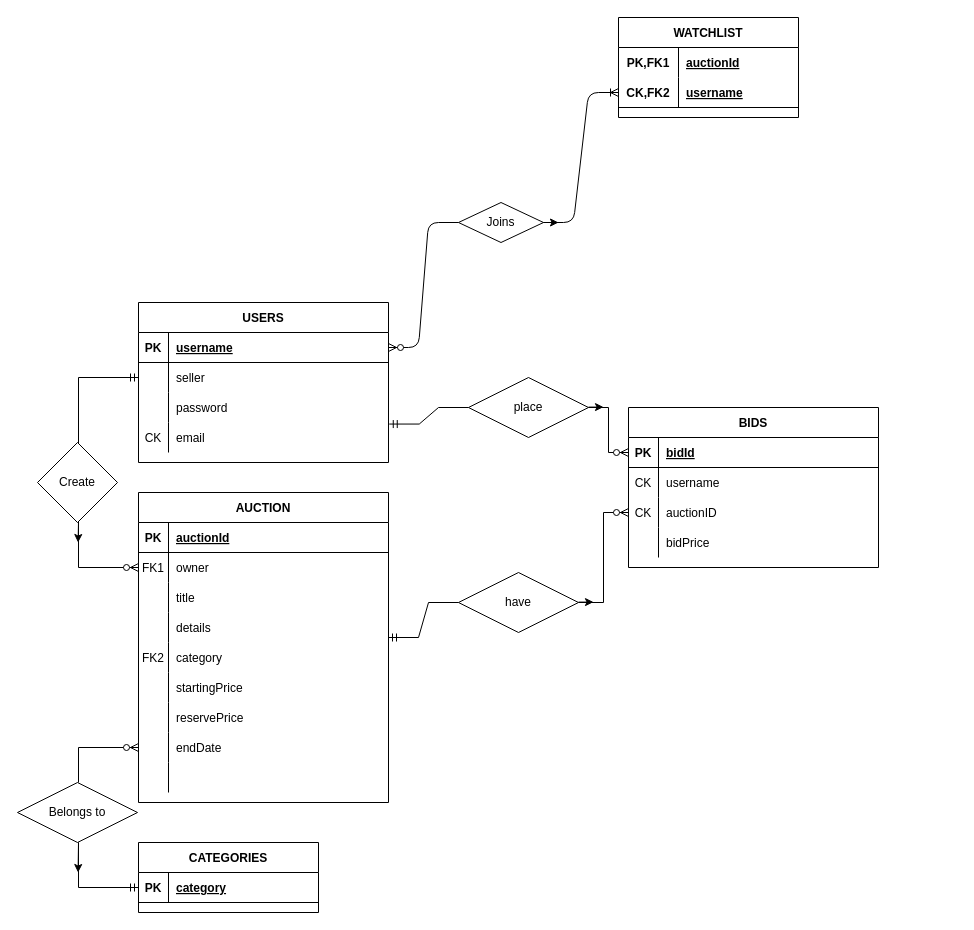
Before: er-diagram.drawio in jcgloria/dbf_project, a draw.io diagram. Source tidied: cells renumbered, new cells numbered last; positions are measured from the earlier drawing's top-left corner, leaving out a move shared by most shapes. Both pictures are drawn from the tidied source at 100%, with x=0, y=0 at pixel (17, 17).
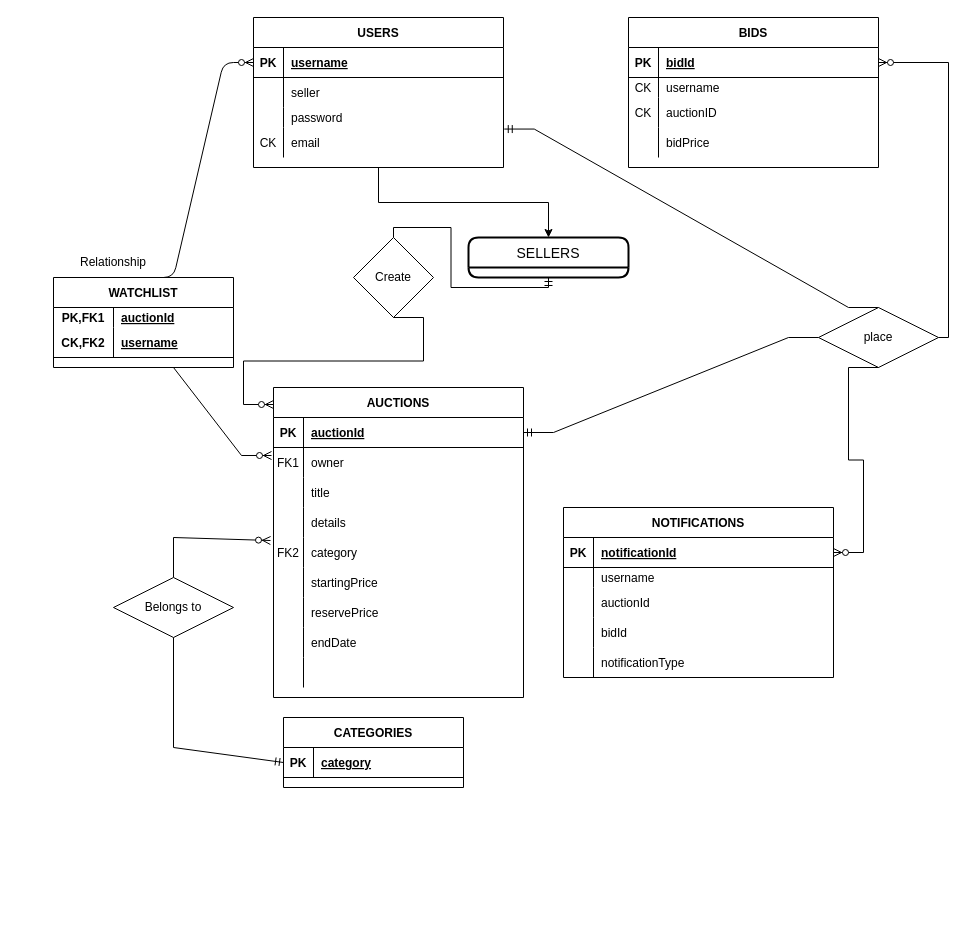
After the change.

Commit message:
Update er-diagram.drawio to include notify, seller subclass, watchlist relationship

Unchanged cells that the change refers to:
```xml
<mxCell id="3" style="shape=partialRectangle;fillColor=none;points=[[0,0.5],[1,0.5]];portConstraint=eastwest;top=0;left=0;right=0;bottom=1;" parent="2" vertex="1">
  <mxGeometry y="30" width="250" height="30" as="geometry" />
</mxCell>
<mxCell id="6" style="shape=partialRectangle;fillColor=none;points=[[0,0.5],[1,0.5]];portConstraint=eastwest;top=0;left=0;right=0;bottom=0;" parent="2" vertex="1">
  <mxGeometry y="60" width="250" height="30" as="geometry" />
</mxCell>
<mxCell id="15" style="shape=partialRectangle;fillColor=none;points=[[0,0.5],[1,0.5]];portConstraint=eastwest;top=0;left=0;right=0;bottom=0;" parent="2" vertex="1">
  <mxGeometry y="150" width="250" height="30" as="geometry" />
</mxCell>
<mxCell id="24" style="shape=partialRectangle;fillColor=none;points=[[0,0.5],[1,0.5]];portConstraint=eastwest;top=0;left=0;right=0;bottom=0;" parent="2" vertex="1">
  <mxGeometry y="240" width="250" height="30" as="geometry" />
</mxCell>
<mxCell id="31" style="shape=partialRectangle;fillColor=none;points=[[0,0.5],[1,0.5]];portConstraint=eastwest;top=0;left=0;right=0;bottom=1;" parent="30" vertex="1">
  <mxGeometry y="30" width="250" height="30" as="geometry" />
</mxCell>
<mxCell id="44" style="shape=partialRectangle;fillColor=none;points=[[0,0.5],[1,0.5]];portConstraint=eastwest;top=0;left=0;right=0;bottom=1;" parent="43" vertex="1">
  <mxGeometry y="30" width="250" height="30" as="geometry" />
</mxCell>
<mxCell id="47" style="shape=partialRectangle;fillColor=none;points=[[0,0.5],[1,0.5]];portConstraint=eastwest;top=0;left=0;right=0;bottom=0;" parent="43" vertex="1">
  <mxGeometry y="60" width="250" height="30" as="geometry" />
</mxCell>
<mxCell id="57" style="shape=tableRow;horizontal=0;startSize=0;swimlaneHead=0;swimlaneBody=0;fillColor=none;points=[[0,0.5],[1,0.5]];portConstraint=eastwest;top=0;left=0;right=0;bottom=1;" parent="56" vertex="1">
  <mxGeometry y="30" width="180" height="30" as="geometry" />
</mxCell>
```

What changed in the source:
```diff
@@
-    <mxCell id="2" value="AUCTION" style="shape=table;startSize=30;childLayout=tableLayout;rowLines=0;fontStyle=1;align=center;" parent="1" vertex="1">
-      <mxGeometry x="121" y="475" width="250" height="310" as="geometry" />
+    <mxCell id="2" value="AUCTIONS" style="shape=table;startSize=30;childLayout=tableLayout;rowLines=0;fontStyle=1;align=center;" parent="1" vertex="1">
+      <mxGeometry x="256" y="370" width="250" height="310" as="geometry" />
     </mxCell>
@@
     <mxCell id="30" value="BIDS" style="shape=table;startSize=30;childLayout=tableLayout;rowLines=0;fontStyle=1;align=center;" parent="1" vertex="1">
-      <mxGeometry x="611" y="390" width="250" height="160" as="geometry" />
+      <mxGeometry x="611" width="250" height="150" as="geometry" />
     </mxCell>
@@
     <mxCell id="34" style="shape=partialRectangle;fillColor=none;top=0;left=0;right=0;bottom=0;" parent="30" vertex="1">
-      <mxGeometry y="60" width="250" height="30" as="geometry" />
+      <mxGeometry y="60" width="250" height="20" as="geometry" />
     </mxCell>
     <mxCell id="35" value="CK" style="shape=partialRectangle;overflow=hidden;fillColor=none;top=0;left=0;bottom=0;right=0;" parent="34" vertex="1">
-      <mxGeometry width="30" height="30" as="geometry" />
+      <mxGeometry width="30" height="20" as="geometry" />
     </mxCell>
     <mxCell id="36" value="username" style="shape=partialRectangle;overflow=hidden;fillColor=none;top=0;left=0;bottom=0;right=0;align=left;spacingLeft=6;" parent="34" vertex="1">
-      <mxGeometry x="30" width="220" height="30" as="geometry" />
+      <mxGeometry x="30" width="220" height="20" as="geometry" />
     </mxCell>
     <mxCell id="37" style="shape=partialRectangle;fillColor=none;points=[[0,0.5],[1,0.5]];portConstraint=eastwest;top=0;left=0;right=0;bottom=0;" parent="30" vertex="1">
-      <mxGeometry y="90" width="250" height="30" as="geometry" />
+      <mxGeometry y="80" width="250" height="30" as="geometry" />
     </mxCell>
@@
     <mxCell id="40" style="shape=partialRectangle;fillColor=none;top=0;left=0;right=0;bottom=0;" parent="30" vertex="1">
-      <mxGeometry y="120" width="250" height="30" as="geometry" />
+      <mxGeometry y="110" width="250" height="30" as="geometry" />
     </mxCell>
@@
+    <mxCell id="86" style="edgeStyle=orthogonalEdgeStyle;rounded=0;jettySize=auto;html=1;" parent="1" edge="1" source="43" target="104">
+      <mxGeometry relative="1" as="geometry" />
+    </mxCell>
     <mxCell id="43" value="USERS" style="shape=table;startSize=30;childLayout=tableLayout;rowLines=0;fontStyle=1;align=center;" parent="1" vertex="1">
-      <mxGeometry x="121" y="285" width="250" height="160" as="geometry" />
+      <mxGeometry x="236" width="250" height="150" as="geometry" />
     </mxCell>
@@
     <mxCell id="50" style="shape=partialRectangle;fillColor=none;top=0;left=0;right=0;bottom=0;" parent="43" vertex="1">
-      <mxGeometry y="90" width="250" height="30" as="geometry" />
+      <mxGeometry y="90" width="250" height="20" as="geometry" />
     </mxCell>
     <mxCell id="51" style="shape=partialRectangle;overflow=hidden;fillColor=none;top=0;left=0;bottom=0;right=0;" parent="50" vertex="1">
-      <mxGeometry width="30" height="30" as="geometry" />
+      <mxGeometry width="30" height="20" as="geometry" />
     </mxCell>
     <mxCell id="52" value="password" style="shape=partialRectangle;overflow=hidden;fillColor=none;top=0;left=0;bottom=0;right=0;align=left;spacingLeft=6;" parent="50" vertex="1">
-      <mxGeometry x="30" width="220" height="30" as="geometry" />
+      <mxGeometry x="30" width="220" height="20" as="geometry" />
     </mxCell>
     <mxCell id="53" style="shape=partialRectangle;fillColor=none;points=[[0,0.5],[1,0.5]];portConstraint=eastwest;top=0;left=0;right=0;bottom=0;" parent="43" vertex="1">
-      <mxGeometry y="120" width="250" height="30" as="geometry" />
+      <mxGeometry y="110" width="250" height="30" as="geometry" />
     </mxCell>
@@
     <mxCell id="56" value="CATEGORIES" style="shape=table;startSize=30;childLayout=tableLayout;rowLines=0;fontStyle=1;align=center;" parent="1" vertex="1">
-      <mxGeometry x="121" y="825" width="180" height="70" as="geometry" />
+      <mxGeometry x="266" y="700" width="180" height="70" as="geometry" />
     </mxCell>
@@
     <mxCell id="60" value="WATCHLIST" style="shape=table;startSize=30;childLayout=tableLayout;rowLines=0;fontStyle=1;align=center;" parent="1" vertex="1">
-      <mxGeometry x="601" width="180" height="100" as="geometry" />
+      <mxGeometry x="36" y="260" width="180" height="90" as="geometry" />
     </mxCell>
     <mxCell id="61" style="shape=tableRow;horizontal=0;startSize=0;swimlaneHead=0;swimlaneBody=0;fillColor=none;top=0;left=0;right=0;bottom=0;" parent="60" vertex="1">
-      <mxGeometry y="30" width="180" height="30" as="geometry" />
+      <mxGeometry y="30" width="180" height="20" as="geometry" />
     </mxCell>
     <mxCell id="62" value="PK,FK1" style="shape=partialRectangle;fillColor=none;top=0;left=0;bottom=0;right=0;fontStyle=1;overflow=hidden;" parent="61" vertex="1">
-      <mxGeometry width="60" height="30" as="geometry" />
+      <mxGeometry width="60" height="20" as="geometry" />
     </mxCell>
     <mxCell id="63" value="auctionId" style="shape=partialRectangle;fillColor=none;top=0;left=0;bottom=0;right=0;align=left;spacingLeft=6;fontStyle=5;overflow=hidden;" parent="61" vertex="1">
-      <mxGeometry x="60" width="120" height="30" as="geometry" />
+      <mxGeometry x="60" width="120" height="20" as="geometry" />
     </mxCell>
     <mxCell id="64" style="shape=tableRow;horizontal=0;startSize=0;swimlaneHead=0;swimlaneBody=0;fillColor=none;points=[[0,0.5],[1,0.5]];portConstraint=eastwest;top=0;left=0;right=0;bottom=1;" parent="60" vertex="1">
-      <mxGeometry y="60" width="180" height="30" as="geometry" />
+      <mxGeometry y="50" width="180" height="30" as="geometry" />
     </mxCell>
@@
-    <mxCell id="67" style="edgeStyle=entityRelationEdgeStyle;fontSize=12;html=1;endArrow=ERoneToMany;startArrow=none;fontFamily=Helvetica;fontColor=default;align=center;strokeColor=default;exitX=1;exitY=0.5;exitDx=0;exitDy=0;" parent="1" edge="1" source="68" target="64">
-      <mxGeometry relative="1" as="geometry" />
-    </mxCell>
-    <mxCell id="68" value="Joins" style="shape=rhombus;perimeter=rhombusPerimeter;whiteSpace=wrap;html=1;align=center;fontSize=12;" parent="1" vertex="1">
-      <mxGeometry x="441" y="185" width="85" height="40" as="geometry" />
-    </mxCell>
-    <mxCell id="69" style="edgeStyle=entityRelationEdgeStyle;fontSize=12;html=1;endArrow=none;startArrow=ERzeroToMany;fontFamily=Helvetica;fontColor=default;align=center;strokeColor=default;exitX=1;exitY=0.5;exitDx=0;exitDy=0;" parent="1" edge="1" source="44" target="68">
+    <mxCell id="69" style="edgeStyle=entityRelationEdgeStyle;fontSize=12;html=1;endArrow=none;startArrow=ERzeroToMany;fontFamily=Helvetica;fontColor=default;align=center;strokeColor=default;entryX=0.5;entryY=0;entryDx=0;entryDy=0;exitX=0;exitY=0.5;exitDx=0;exitDy=0;" parent="1" edge="1" source="44" target="60">
       <mxGeometry relative="1" as="geometry" />
     </mxCell>
-    <mxCell id="70" style="edgeStyle=orthogonalEdgeStyle;fontSize=12;html=1;endArrow=ERzeroToMany;startArrow=none;rounded=0;entryX=0;entryY=0.5;entryDx=0;entryDy=0;exitX=1;exitY=0.5;exitDx=0;exitDy=0;" parent="1" edge="1" source="80" target="31">
+    <mxCell id="70" style="edgeStyle=orthogonalEdgeStyle;fontSize=12;html=1;endArrow=ERzeroToMany;startArrow=none;rounded=0;entryX=1;entryY=0.5;entryDx=0;entryDy=0;exitX=1;exitY=0.5;exitDx=0;exitDy=0;" parent="1" edge="1" source="80" target="31">
       <mxGeometry relative="1" as="geometry" />
     </mxCell>
-    <mxCell id="71" style="edgeStyle=orthogonalEdgeStyle;fontSize=12;html=1;endArrow=ERzeroToMany;startArrow=none;rounded=0;exitX=1;exitY=0.5;exitDx=0;exitDy=0;" parent="1" edge="1" source="83" target="37">
-      <mxGeometry relative="1" as="geometry" />
-    </mxCell>
-    <mxCell id="72" style="fontSize=12;html=1;endArrow=ERzeroToMany;startArrow=ERmandOne;rounded=0;edgeStyle=orthogonalEdgeStyle;entryX=0;entryY=0.5;entryDx=0;entryDy=0;exitX=0;exitY=0.5;exitDx=0;exitDy=0;" parent="1" edge="1" source="47" target="6">
-      <mxGeometry relative="1" as="geometry">
-        <Array as="points">
-          <mxPoint x="61" y="360" />
-          <mxPoint x="61" y="550" />
-        </Array>
-      </mxGeometry>
-    </mxCell>
-    <mxCell id="73" value="Create" style="rhombus;whiteSpace=wrap;html=1;" parent="1" vertex="1">
-      <mxGeometry x="20" y="425" width="80" height="80" as="geometry" />
-    </mxCell>
-    <mxCell id="74" style="fontSize=12;html=1;endArrow=ERzeroToMany;startArrow=none;rounded=0;exitX=0.5;exitY=0;exitDx=0;exitDy=0;entryX=0;entryY=0.5;entryDx=0;entryDy=0;" parent="1" edge="1" target="24">
+    <mxCell id="74" style="fontSize=12;html=1;endArrow=ERzeroToMany;startArrow=none;rounded=0;exitX=0.5;exitY=0;exitDx=0;exitDy=0;entryX=-0.012;entryY=0.1;entryDx=0;entryDy=0;entryPerimeter=0;" parent="1" edge="1" source="75" target="15">
       <mxGeometry relative="1" as="geometry">
-        <mxPoint x="61" y="765" as="sourcePoint" />
         <Array as="points">
-          <mxPoint x="61" y="730" />
+          <mxPoint x="156" y="520" />
         </Array>
       </mxGeometry>
     </mxCell>
     <mxCell id="75" value="Belongs to" style="shape=rhombus;perimeter=rhombusPerimeter;whiteSpace=wrap;html=1;align=center;" parent="1" vertex="1">
-      <mxGeometry y="765" width="120" height="60" as="geometry" />
+      <mxGeometry x="96" y="560" width="120" height="60" as="geometry" />
     </mxCell>
-    <mxCell id="76" style="fontSize=12;html=1;endArrow=none;startArrow=ERmandOne;rounded=0;exitX=0;exitY=0.5;exitDx=0;exitDy=0;entryX=0.5;entryY=1;entryDx=0;entryDy=0;" parent="1" edge="1" source="57">
+    <mxCell id="76" style="fontSize=12;html=1;endArrow=none;startArrow=ERmandOne;rounded=0;exitX=0;exitY=0.5;exitDx=0;exitDy=0;entryX=0.5;entryY=1;entryDx=0;entryDy=0;" parent="1" edge="1" source="57" target="75">
       <mxGeometry relative="1" as="geometry">
-        <mxPoint x="61" y="825" as="targetPoint" />
         <Array as="points">
-          <mxPoint x="61" y="870" />
+          <mxPoint x="156" y="730" />
         </Array>
       </mxGeometry>
     </mxCell>
-    <mxCell id="77" style="endArrow=classic;html=1;rounded=0;exitX=1;exitY=0.5;exitDx=0;exitDy=0;" parent="1" edge="1" source="68">
-      <mxGeometry relative="1" as="geometry">
-        <mxPoint x="541" y="205" as="targetPoint" />
-      </mxGeometry>
-    </mxCell>
-    <mxCell id="78" style="endArrow=classic;html=1;rounded=0;" parent="1" edge="1">
-      <mxGeometry relative="1" as="geometry">
-        <mxPoint x="61" y="505" as="sourcePoint" />
-        <mxPoint x="60.6" y="525" as="targetPoint" />
-      </mxGeometry>
-    </mxCell>
-    <mxCell id="79" style="endArrow=classic;html=1;rounded=0;" parent="1" edge="1">
-      <mxGeometry relative="1" as="geometry">
-        <mxPoint x="61" y="825" as="sourcePoint" />
-        <mxPoint x="60.6" y="855" as="targetPoint" />
-      </mxGeometry>
-    </mxCell>
+    <mxCell id="81" style="edgeStyle=entityRelationEdgeStyle;fontSize=12;html=1;endArrow=none;startArrow=ERmandOne;rounded=0;entryX=0.5;entryY=0;entryDx=0;entryDy=0;exitX=1.003;exitY=0.052;exitDx=0;exitDy=0;exitPerimeter=0;" parent="1" edge="1" source="53" target="80">
+      <mxGeometry relative="1" as="geometry" />
+    </mxCell>
+    <mxCell id="84" style="edgeStyle=entityRelationEdgeStyle;fontSize=12;html=1;endArrow=none;startArrow=ERmandOne;rounded=0;" parent="1" edge="1" source="3" target="80">
+      <mxGeometry relative="1" as="geometry" />
+    </mxCell>
     <mxCell id="80" value="place" style="shape=rhombus;perimeter=rhombusPerimeter;whiteSpace=wrap;html=1;align=center;" parent="1" vertex="1">
-      <mxGeometry x="451" y="360" width="120" height="60" as="geometry" />
+      <mxGeometry x="801" y="290" width="120" height="60" as="geometry" />
     </mxCell>
-    <mxCell id="81" style="edgeStyle=entityRelationEdgeStyle;fontSize=12;html=1;endArrow=none;startArrow=ERmandOne;rounded=0;entryX=0;entryY=0.5;entryDx=0;entryDy=0;exitX=1.003;exitY=0.052;exitDx=0;exitDy=0;exitPerimeter=0;" parent="1" edge="1" source="53" target="80">
-      <mxGeometry relative="1" as="geometry" />
-    </mxCell>
-    <mxCell id="82" style="endArrow=classic;html=1;rounded=0;exitX=1;exitY=0.5;exitDx=0;exitDy=0;" parent="1" edge="1">
-      <mxGeometry relative="1" as="geometry">
-        <mxPoint x="571" y="389.6" as="sourcePoint" />
-        <mxPoint x="586" y="389.6" as="targetPoint" />
-      </mxGeometry>
-    </mxCell>
-    <mxCell id="83" value="have" style="shape=rhombus;perimeter=rhombusPerimeter;whiteSpace=wrap;html=1;align=center;" parent="1" vertex="1">
-      <mxGeometry x="441" y="555" width="120" height="60" as="geometry" />
-    </mxCell>
-    <mxCell id="84" style="edgeStyle=entityRelationEdgeStyle;fontSize=12;html=1;endArrow=none;startArrow=ERmandOne;rounded=0;" parent="1" edge="1" target="83">
-      <mxGeometry relative="1" as="geometry">
-        <mxPoint x="371" y="620" as="sourcePoint" />
-      </mxGeometry>
-    </mxCell>
-    <mxCell id="85" style="endArrow=classic;html=1;rounded=0;exitX=1;exitY=0.5;exitDx=0;exitDy=0;" parent="1" edge="1">
-      <mxGeometry relative="1" as="geometry">
-        <mxPoint x="561" y="584.6" as="sourcePoint" />
-        <mxPoint x="576" y="584.6" as="targetPoint" />
-      </mxGeometry>
-    </mxCell>
+    <mxCell id="87" value="NOTIFICATIONS" style="shape=table;startSize=30;childLayout=tableLayout;rowLines=0;fontStyle=1;align=center;" parent="1" vertex="1">
+      <mxGeometry x="546" y="490" width="270" height="170" as="geometry" />
+    </mxCell>
+    <mxCell id="88" style="shape=partialRectangle;fillColor=none;points=[[0,0.5],[1,0.5]];portConstraint=eastwest;top=0;left=0;right=0;bottom=1;" parent="87" vertex="1">
+      <mxGeometry y="30" width="270" height="30" as="geometry" />
+    </mxCell>
+    <mxCell id="89" value="PK" style="shape=partialRectangle;overflow=hidden;fillColor=none;top=0;left=0;bottom=0;right=0;fontStyle=1;" parent="88" vertex="1">
+      <mxGeometry width="30" height="30" as="geometry" />
+    </mxCell>
+    <mxCell id="90" value="notificationId" style="shape=partialRectangle;overflow=hidden;fillColor=none;top=0;left=0;bottom=0;right=0;align=left;spacingLeft=6;fontStyle=5;" parent="88" vertex="1">
+      <mxGeometry x="30" width="240" height="30" as="geometry" />
+    </mxCell>
+    <mxCell id="91" style="shape=partialRectangle;fillColor=none;top=0;left=0;right=0;bottom=0;" parent="87" vertex="1">
+      <mxGeometry y="60" width="270" height="20" as="geometry" />
+    </mxCell>
+    <mxCell id="92" style="shape=partialRectangle;overflow=hidden;fillColor=none;top=0;left=0;bottom=0;right=0;" parent="91" vertex="1">
+      <mxGeometry width="30" height="20" as="geometry" />
+    </mxCell>
+    <mxCell id="93" value="username" style="shape=partialRectangle;overflow=hidden;fillColor=none;top=0;left=0;bottom=0;right=0;align=left;spacingLeft=6;" parent="91" vertex="1">
+      <mxGeometry x="30" width="240" height="20" as="geometry" />
+    </mxCell>
+    <mxCell id="94" style="shape=partialRectangle;fillColor=none;top=0;left=0;right=0;bottom=0;" parent="87" vertex="1">
+      <mxGeometry y="80" width="270" height="30" as="geometry" />
+    </mxCell>
+    <mxCell id="95" style="shape=partialRectangle;overflow=hidden;fillColor=none;top=0;left=0;bottom=0;right=0;" parent="94" vertex="1">
+      <mxGeometry width="30" height="30" as="geometry" />
+    </mxCell>
+    <mxCell id="96" value="auctionId" style="shape=partialRectangle;overflow=hidden;fillColor=none;top=0;left=0;bottom=0;right=0;align=left;spacingLeft=6;" parent="94" vertex="1">
+      <mxGeometry x="30" width="240" height="30" as="geometry" />
+    </mxCell>
+    <mxCell id="97" style="shape=partialRectangle;fillColor=none;top=0;left=0;right=0;bottom=0;" parent="87" vertex="1">
+      <mxGeometry y="110" width="270" height="30" as="geometry" />
+    </mxCell>
+    <mxCell id="98" style="shape=partialRectangle;overflow=hidden;fillColor=none;top=0;left=0;bottom=0;right=0;" parent="97" vertex="1">
+      <mxGeometry width="30" height="30" as="geometry" />
+    </mxCell>
+    <mxCell id="99" value="bidId" style="shape=partialRectangle;overflow=hidden;fillColor=none;top=0;left=0;bottom=0;right=0;align=left;spacingLeft=6;" parent="97" vertex="1">
+      <mxGeometry x="30" width="240" height="30" as="geometry" />
+    </mxCell>
+    <mxCell id="100" style="shape=partialRectangle;fillColor=none;top=0;left=0;right=0;bottom=0;" parent="87" vertex="1">
+      <mxGeometry y="140" width="270" height="30" as="geometry" />
+    </mxCell>
+    <mxCell id="101" style="shape=partialRectangle;overflow=hidden;fillColor=none;top=0;left=0;bottom=0;right=0;" parent="100" vertex="1">
+      <mxGeometry width="30" height="30" as="geometry" />
+    </mxCell>
+    <mxCell id="102" value="notificationType" style="shape=partialRectangle;overflow=hidden;fillColor=none;top=0;left=0;bottom=0;right=0;align=left;spacingLeft=6;" parent="100" vertex="1">
+      <mxGeometry x="30" width="240" height="30" as="geometry" />
+    </mxCell>
+    <mxCell id="103" style="edgeStyle=entityRelationEdgeStyle;fontSize=12;html=1;endArrow=ERzeroToMany;endFill=1;rounded=0;exitX=0.5;exitY=1;exitDx=0;exitDy=0;entryX=1;entryY=0.5;entryDx=0;entryDy=0;" parent="1" edge="1" source="80" target="88">
+      <mxGeometry relative="1" as="geometry" />
+    </mxCell>
+    <mxCell id="104" value="SELLERS" style="swimlane;horizontal=1;startSize=30;rounded=1;fontSize=14;fontStyle=0;strokeWidth=2;shadow=0;dashed=0;align=center;" parent="1" vertex="1">
+      <mxGeometry x="451" y="220" width="160" height="40" as="geometry" />
+    </mxCell>
+    <mxCell id="73" value="Create" style="rhombus;whiteSpace=wrap;html=1;" parent="1" vertex="1">
+      <mxGeometry x="336" y="220" width="80" height="80" as="geometry" />
+    </mxCell>
+    <mxCell id="105" style="fontSize=12;html=1;endArrow=none;startArrow=ERmandOne;rounded=0;edgeStyle=orthogonalEdgeStyle;entryX=0.5;entryY=0;entryDx=0;entryDy=0;exitX=0.5;exitY=1;exitDx=0;exitDy=0;" parent="1" edge="1" source="104" target="73">
+      <mxGeometry relative="1" as="geometry" />
+    </mxCell>
+    <mxCell id="106" value="Relationship" style="text;html=1;strokeColor=none;fillColor=none;align=center;verticalAlign=middle;whiteSpace=wrap;rounded=0;" parent="1" vertex="1">
+      <mxGeometry x="66" y="230" width="60" height="30" as="geometry" />
+    </mxCell>
+    <mxCell id="107" style="edgeStyle=entityRelationEdgeStyle;fontSize=12;html=1;endArrow=ERzeroToMany;endFill=1;rounded=0;exitX=0.5;exitY=1;exitDx=0;exitDy=0;entryX=-0.008;entryY=0.267;entryDx=0;entryDy=0;entryPerimeter=0;" parent="1" edge="1" source="60" target="6">
+      <mxGeometry relative="1" as="geometry" />
+    </mxCell>
+    <mxCell id="108" style="edgeStyle=entityRelationEdgeStyle;fontSize=12;html=1;endArrow=ERzeroToMany;endFill=1;rounded=0;exitX=0.5;exitY=1;exitDx=0;exitDy=0;" parent="1" edge="1" source="73">
+      <mxGeometry relative="1" as="geometry">
+        <mxPoint x="256" y="387" as="targetPoint" />
+      </mxGeometry>
+    </mxCell>
```
